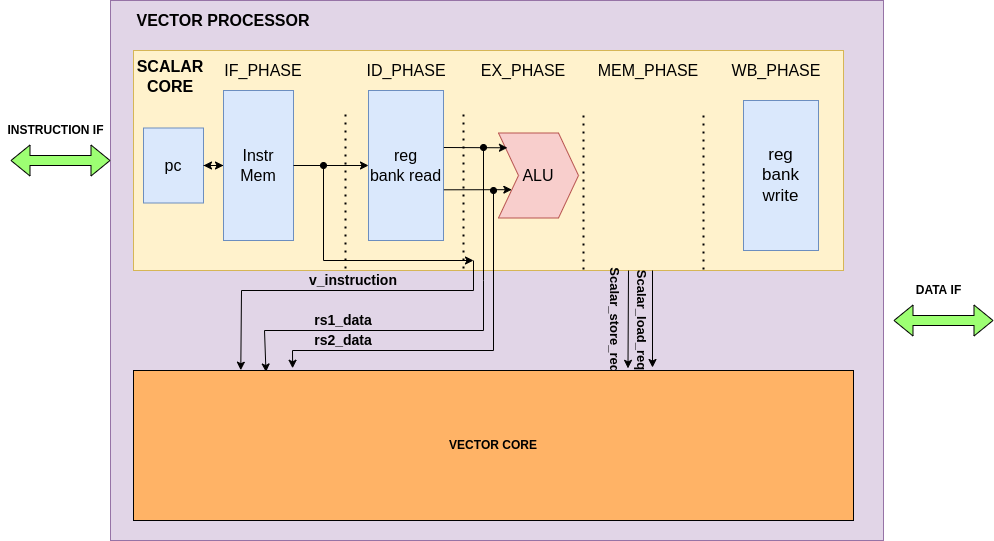
Earlier version of the draw.io export images/Vector_scalar_core.drawio.png (Nikola2444/RISC-V-vector-processor). Source tidied: cells renumbered, new cells last; positions are measured from the earlier drawing's top-left corner, leaving out a move shared by most shapes.
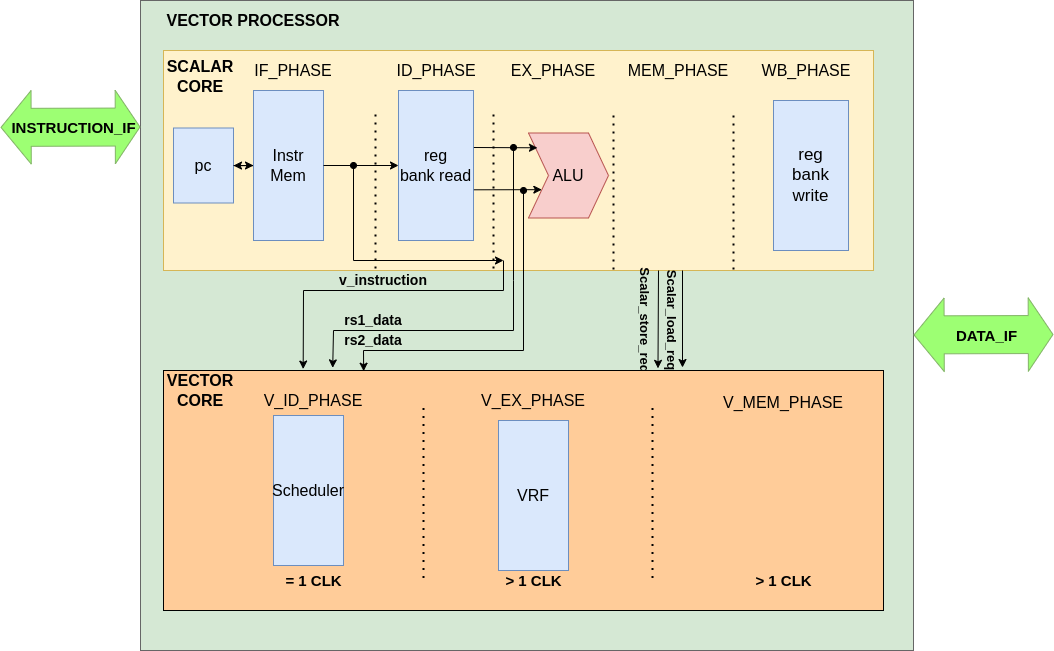
The same file after the commit.

The edit, as a diff of the source:
```diff
@@ -2,8 +2,8 @@
   <root>
     <mxCell id="0" />
     <mxCell id="1" parent="0" />
-    <mxCell id="2" style="rounded=0;whiteSpace=wrap;html=1;strokeColor=#9673a6;fillColor=#e1d5e7;" parent="1" vertex="1">
-      <mxGeometry x="110" width="773" height="540" as="geometry" />
+    <mxCell id="2" style="rounded=0;whiteSpace=wrap;html=1;strokeColor=#666666;fillColor=#D5E8D4;fontColor=#333333;" parent="1" vertex="1">
+      <mxGeometry x="110" width="773" height="650" as="geometry" />
     </mxCell>
     <mxCell id="3" style="rounded=0;whiteSpace=wrap;html=1;fillColor=#fff2cc;strokeColor=#d6b656;" parent="1" vertex="1">
       <mxGeometry x="133" y="50" width="710" height="220" as="geometry" />
@@ -110,34 +110,34 @@
         <mxPoint x="652" y="367" as="targetPoint" />
       </mxGeometry>
     </mxCell>
-    <mxCell id="30" style="endArrow=classic;html=1;rounded=0;entryX=0.149;entryY=-0.002;entryDx=0;entryDy=0;entryPerimeter=0;" parent="1" edge="1" target="36">
+    <mxCell id="30" style="endArrow=classic;html=1;rounded=0;entryX=0.194;entryY=-0.006;entryDx=0;entryDy=0;entryPerimeter=0;" parent="1" edge="1" target="36">
       <mxGeometry relative="1" as="geometry">
         <mxPoint x="473" y="260" as="sourcePoint" />
         <Array as="points">
           <mxPoint x="473" y="290" />
-          <mxPoint x="241" y="290" />
+          <mxPoint x="273" y="290" />
         </Array>
       </mxGeometry>
     </mxCell>
     <mxCell id="31" value="&lt;font style=&quot;font-size: 14px&quot;&gt;v_instruction&lt;/font&gt;" style="text;html=1;strokeColor=none;fillColor=none;align=center;verticalAlign=middle;whiteSpace=wrap;rounded=0;fontStyle=1;" parent="1" vertex="1">
       <mxGeometry x="333" y="270" width="40" height="20" as="geometry" />
     </mxCell>
-    <mxCell id="32" style="endArrow=classic;html=1;rounded=0;startArrow=oval;startFill=1;entryX=0.221;entryY=-0.015;entryDx=0;entryDy=0;entryPerimeter=0;fontStyle=1;" parent="1" edge="1" target="36">
+    <mxCell id="32" style="endArrow=classic;html=1;rounded=0;startArrow=oval;startFill=1;fontStyle=1;entryX=0.278;entryY=0.003;entryDx=0;entryDy=0;entryPerimeter=0;" parent="1" edge="1" target="36">
       <mxGeometry relative="1" as="geometry">
         <mxPoint x="493" y="190" as="sourcePoint" />
         <Array as="points">
           <mxPoint x="493" y="350" />
-          <mxPoint x="292" y="350" />
+          <mxPoint x="333" y="350" />
         </Array>
       </mxGeometry>
     </mxCell>
-    <mxCell id="33" style="endArrow=classic;html=1;rounded=0;startArrow=oval;startFill=1;entryX=0.184;entryY=0.01;entryDx=0;entryDy=0;entryPerimeter=0;" parent="1" edge="1" target="36">
+    <mxCell id="33" style="endArrow=classic;html=1;rounded=0;startArrow=oval;startFill=1;entryX=0.235;entryY=-0.011;entryDx=0;entryDy=0;entryPerimeter=0;" parent="1" edge="1" target="36">
       <mxGeometry relative="1" as="geometry">
         <mxPoint x="483" y="147" as="sourcePoint" />
         <Array as="points">
           <mxPoint x="483" y="280" />
           <mxPoint x="483" y="330" />
-          <mxPoint x="264" y="330" />
+          <mxPoint x="303" y="330" />
         </Array>
       </mxGeometry>
     </mxCell>
@@ -147,26 +147,72 @@
     <mxCell id="35" value="&lt;font style=&quot;font-size: 14px&quot;&gt;rs2_data&lt;/font&gt;" style="text;html=1;strokeColor=none;fillColor=none;align=center;verticalAlign=middle;whiteSpace=wrap;rounded=0;fontStyle=1;" parent="1" vertex="1">
       <mxGeometry x="323" y="330" width="40" height="20" as="geometry" />
     </mxCell>
-    <mxCell id="36" value="&lt;b&gt;VECTOR CORE&lt;/b&gt;" style="rounded=0;whiteSpace=wrap;html=1;fillColor=#FFB366;strokeColor=#000000;gradientColor=none;" parent="1" vertex="1">
-      <mxGeometry x="133" y="370" width="720" height="150" as="geometry" />
+    <mxCell id="36" style="rounded=0;whiteSpace=wrap;html=1;fillColor=#FFCC99;strokeColor=#000000;gradientColor=none;" parent="1" vertex="1">
+      <mxGeometry x="133" y="370" width="720" height="240" as="geometry" />
     </mxCell>
-    <mxCell id="37" style="shape=flexArrow;endArrow=classic;startArrow=classic;html=1;rounded=0;entryX=0;entryY=0.5;entryDx=0;entryDy=0;fillColor=#9DFF73;" parent="1" edge="1">
-      <mxGeometry relative="1" as="geometry">
-        <mxPoint x="10" y="160" as="sourcePoint" />
-        <mxPoint x="110" y="160" as="targetPoint" />
-      </mxGeometry>
-    </mxCell>
-    <mxCell id="38" value="&lt;b&gt;INSTRUCTION IF&lt;/b&gt;" style="text;html=1;align=center;verticalAlign=middle;strokeColor=none;fillColor=none;" parent="1" vertex="1">
-      <mxGeometry y="120" width="110" height="20" as="geometry" />
-    </mxCell>
-    <mxCell id="39" style="shape=flexArrow;endArrow=classic;startArrow=classic;html=1;rounded=0;entryX=0;entryY=0.5;entryDx=0;entryDy=0;fillColor=#9DFF73;" parent="1" edge="1">
+    <mxCell id="39" style="shape=flexArrow;endArrow=classic;startArrow=classic;html=1;rounded=0;fillColor=#9DFF73;strokeColor=#82b366;endWidth=34.48275862068966;endSize=7.910344827586208;width=38;startSize=9.72;startWidth=34.48275862068966;" parent="1" edge="1">
       <mxGeometry relative="1" as="geometry">
-        <mxPoint x="893" y="320" as="sourcePoint" />
-        <mxPoint x="993" y="320" as="targetPoint" />
+        <mxPoint x="883" y="334.4" as="sourcePoint" />
+        <mxPoint x="1023" y="334" as="targetPoint" />
       </mxGeometry>
     </mxCell>
-    <mxCell id="40" value="&lt;b&gt;DATA IF&lt;/b&gt;" style="text;html=1;align=center;verticalAlign=middle;strokeColor=none;fillColor=none;" parent="1" vertex="1">
-      <mxGeometry x="908" y="280" width="60" height="20" as="geometry" />
-    </mxCell>
+    <mxCell id="41" value="&lt;b&gt;DATA_IF&lt;/b&gt;" style="edgeLabel;html=1;align=center;verticalAlign=middle;fontSize=15;fontColor=default;labelBackgroundColor=none;" parent="39" vertex="1">
+      <mxGeometry x="0.3" y="-9" relative="1" as="geometry">
+        <mxPoint x="-19" y="-9" as="offset" />
+      </mxGeometry>
+    </mxCell>
+    <mxCell id="42" value="&lt;span style=&quot;font-size: 16px&quot;&gt;Scheduler&lt;/span&gt;" style="rounded=0;whiteSpace=wrap;html=1;fillColor=#dae8fc;strokeColor=#6c8ebf;" parent="1" vertex="1">
+      <mxGeometry x="243" y="415" width="70" height="150" as="geometry" />
+    </mxCell>
+    <mxCell id="43" style="endArrow=none;dashed=1;html=1;dashPattern=1 3;strokeWidth=2;rounded=0;fillColor=#9DFF73;" parent="1" edge="1">
+      <mxGeometry relative="1" as="geometry">
+        <mxPoint x="393" y="577.5" as="sourcePoint" />
+        <mxPoint x="393" y="402.5" as="targetPoint" />
+      </mxGeometry>
+    </mxCell>
+    <mxCell id="44" value="&lt;font style=&quot;font-size: 16px&quot;&gt;&lt;b&gt;VECTOR&lt;br&gt;CORE&lt;/b&gt;&lt;/font&gt;" style="text;html=1;strokeColor=none;fillColor=none;align=center;verticalAlign=middle;whiteSpace=wrap;rounded=0;" parent="1" vertex="1">
+      <mxGeometry x="150" y="380" width="40" height="20" as="geometry" />
+    </mxCell>
+    <mxCell id="45" value="&lt;span style=&quot;font-size: 16px&quot;&gt;VRF&lt;/span&gt;" style="rounded=0;whiteSpace=wrap;html=1;fillColor=#dae8fc;strokeColor=#6c8ebf;" parent="1" vertex="1">
+      <mxGeometry x="468" y="420" width="70" height="150" as="geometry" />
+    </mxCell>
+    <mxCell id="46" value="&lt;font style=&quot;font-size: 16px&quot;&gt;V_ID_PHASE&lt;/font&gt;" style="text;html=1;strokeColor=none;fillColor=none;align=center;verticalAlign=middle;whiteSpace=wrap;rounded=0;" parent="1" vertex="1">
+      <mxGeometry x="263" y="390" width="40" height="20" as="geometry" />
+    </mxCell>
+    <mxCell id="47" value="&lt;font style=&quot;font-size: 16px&quot;&gt;V_EX_PHASE&lt;/font&gt;" style="text;html=1;strokeColor=none;fillColor=none;align=center;verticalAlign=middle;whiteSpace=wrap;rounded=0;" parent="1" vertex="1">
+      <mxGeometry x="483" y="390" width="40" height="20" as="geometry" />
+    </mxCell>
+    <mxCell id="48" style="endArrow=none;dashed=1;html=1;dashPattern=1 3;strokeWidth=2;rounded=0;fillColor=#9DFF73;" parent="1" edge="1">
+      <mxGeometry relative="1" as="geometry">
+        <mxPoint x="622" y="577.5" as="sourcePoint" />
+        <mxPoint x="622" y="402.5" as="targetPoint" />
+        <Array as="points">
+          <mxPoint x="622" y="490" />
+        </Array>
+      </mxGeometry>
+    </mxCell>
+    <mxCell id="49" value="&lt;b&gt;= 1 CLK&lt;/b&gt;" style="text;html=1;align=center;verticalAlign=middle;strokeColor=none;fillColor=none;fontSize=15;" parent="1" vertex="1">
+      <mxGeometry x="248" y="570" width="70" height="20" as="geometry" />
+    </mxCell>
+    <mxCell id="50" value="&lt;b&gt;&amp;gt; 1 CLK&lt;/b&gt;" style="text;html=1;align=center;verticalAlign=middle;strokeColor=none;fillColor=none;fontSize=15;" parent="1" vertex="1">
+      <mxGeometry x="468" y="570" width="70" height="20" as="geometry" />
+    </mxCell>
+    <mxCell id="51" style="shape=flexArrow;endArrow=classic;startArrow=classic;html=1;rounded=0;fillColor=#9DFF73;strokeColor=#82b366;endWidth=34.48275862068966;endSize=7.910344827586208;width=38;startSize=9.72;startWidth=34.48275862068966;" parent="1" edge="1">
+      <mxGeometry relative="1" as="geometry">
+        <mxPoint x="-30" y="126.9" as="sourcePoint" />
+        <mxPoint x="110" y="126.5" as="targetPoint" />
+      </mxGeometry>
+    </mxCell>
+    <mxCell id="52" value="&lt;b&gt;INSTRUCTION_IF&lt;/b&gt;" style="edgeLabel;html=1;align=center;verticalAlign=middle;fontSize=15;fontColor=default;labelBackgroundColor=none;" parent="51" vertex="1">
+      <mxGeometry x="0.3" y="-9" relative="1" as="geometry">
+        <mxPoint x="-19" y="-9" as="offset" />
+      </mxGeometry>
+    </mxCell>
+    <mxCell id="53" value="&lt;font style=&quot;font-size: 16px&quot;&gt;V_MEM_PHASE&lt;/font&gt;" style="text;html=1;strokeColor=none;fillColor=none;align=center;verticalAlign=middle;whiteSpace=wrap;rounded=0;" parent="1" vertex="1">
+      <mxGeometry x="733" y="392" width="40" height="20" as="geometry" />
+    </mxCell>
+    <mxCell id="54" value="&lt;b&gt;&amp;gt; 1 CLK&lt;/b&gt;" style="text;html=1;align=center;verticalAlign=middle;strokeColor=none;fillColor=none;fontSize=15;" parent="1" vertex="1">
+      <mxGeometry x="718" y="570" width="70" height="20" as="geometry" />
+    </mxCell>
   </root>
 </mxGraphModel>
```
